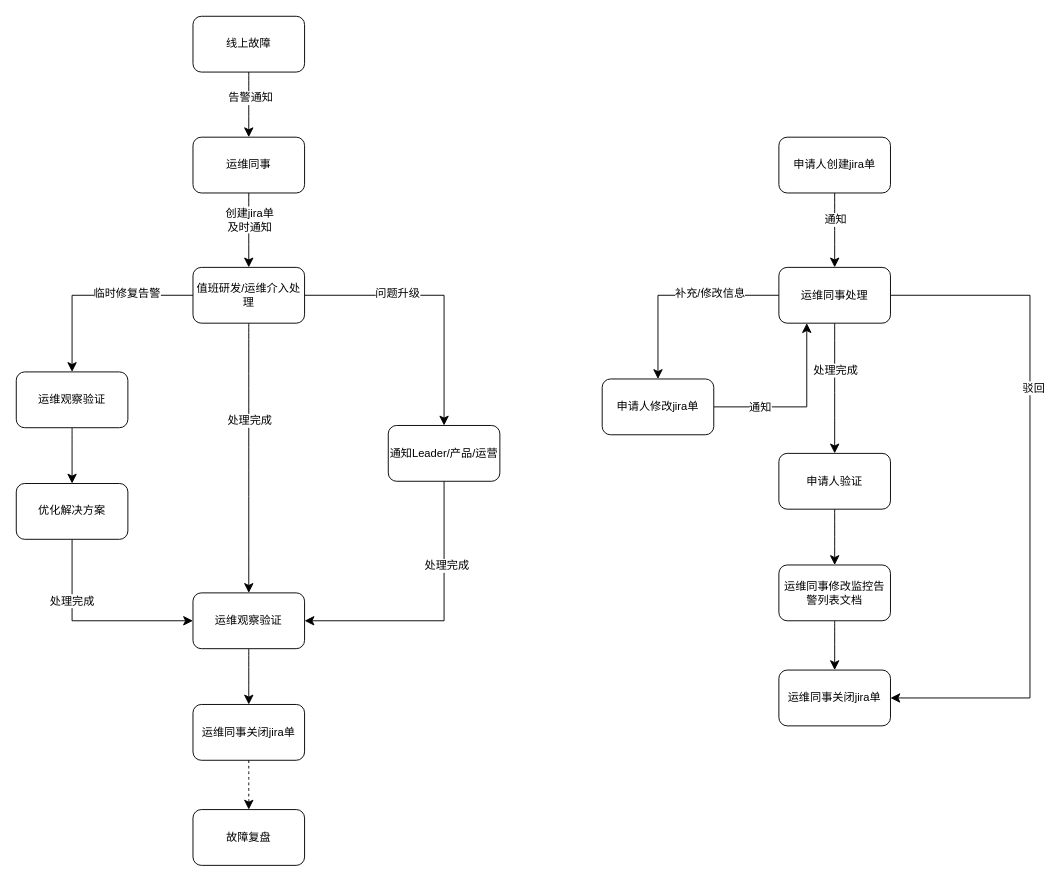
Above: 监控告警/监控告警处理流程.drawio in paochiang/draw (draw.io), before the change. Source tidied: cells renumbered, new cells numbered last; positions are measured from the earlier drawing's top-left corner, leaving out a move shared by most shapes. Both pictures are drawn from the tidied source at 93%, with x=0, y=0 at pixel (16, 16).
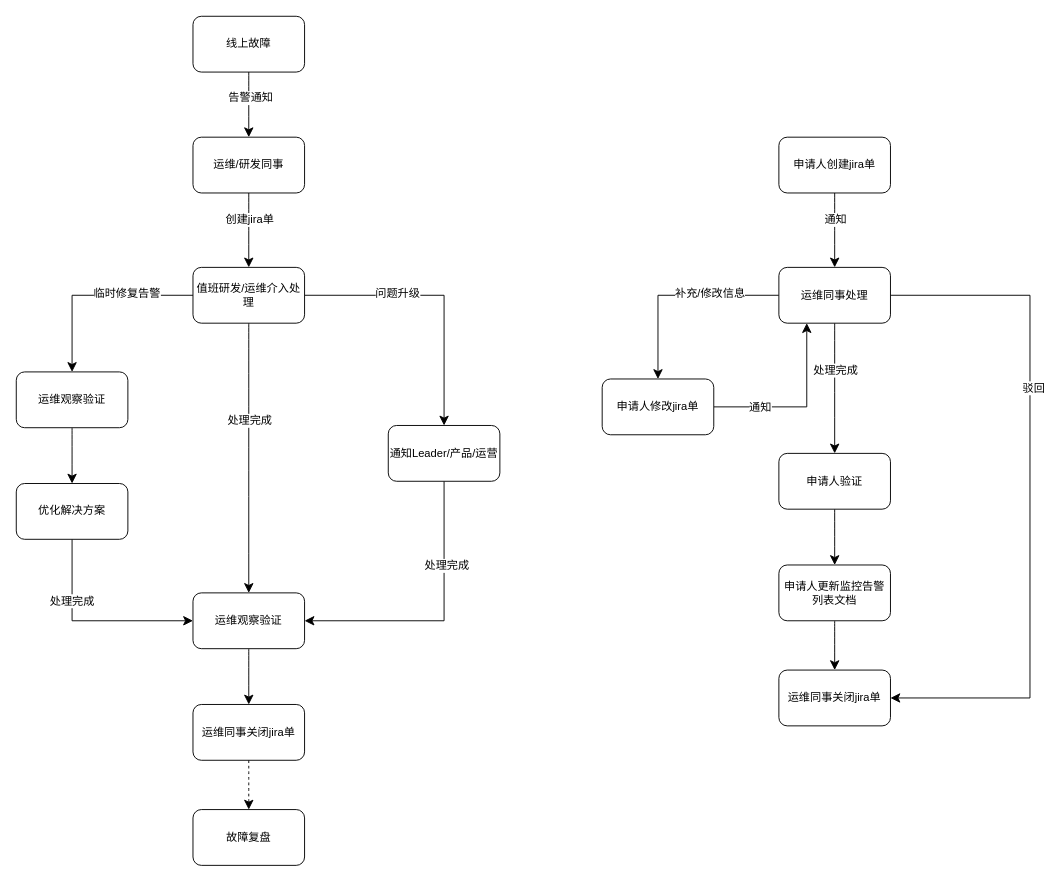
The same diagram, later.

Commit message:
更新监控告警/监控告警处理流程.drawio

The change refers to these unchanged cells:
```xml
<mxCell id="5" style="edgeStyle=none;curved=1;rounded=0;jettySize=auto;html=1;fontSize=12;startSize=8;endSize=8;" parent="1" edge="1" source="7" target="14">
  <mxGeometry relative="1" as="geometry" />
</mxCell>
```

What changed in the source:
```diff
@@
-    <mxCell id="6" value="创建jira单&lt;div&gt;及时通知&lt;/div&gt;" style="edgeLabel;html=1;align=center;verticalAlign=middle;fontSize=12;" parent="5" vertex="1">
+    <mxCell id="6" value="创建jira单" style="edgeLabel;html=1;align=center;verticalAlign=middle;fontSize=12;" parent="5" vertex="1">
       <mxGeometry x="-0.29" relative="1" as="geometry" />
     </mxCell>
-    <mxCell id="7" value="运维同事" style="rounded=1;whiteSpace=wrap;html=1;" parent="1" vertex="1">
+    <mxCell id="7" value="运维/研发同事" style="rounded=1;whiteSpace=wrap;html=1;" parent="1" vertex="1">
       <mxGeometry x="190" y="130" width="120" height="60" as="geometry" />
     </mxCell>
@@
-    <mxCell id="43" value="运维同事修改监控告警列表文档" style="rounded=1;whiteSpace=wrap;html=1;" parent="1" vertex="1">
+    <mxCell id="43" value="申请人更新监控告警列表文档" style="rounded=1;whiteSpace=wrap;html=1;" parent="1" vertex="1">
       <mxGeometry x="820" y="590" width="120" height="60" as="geometry" />
     </mxCell>
```
